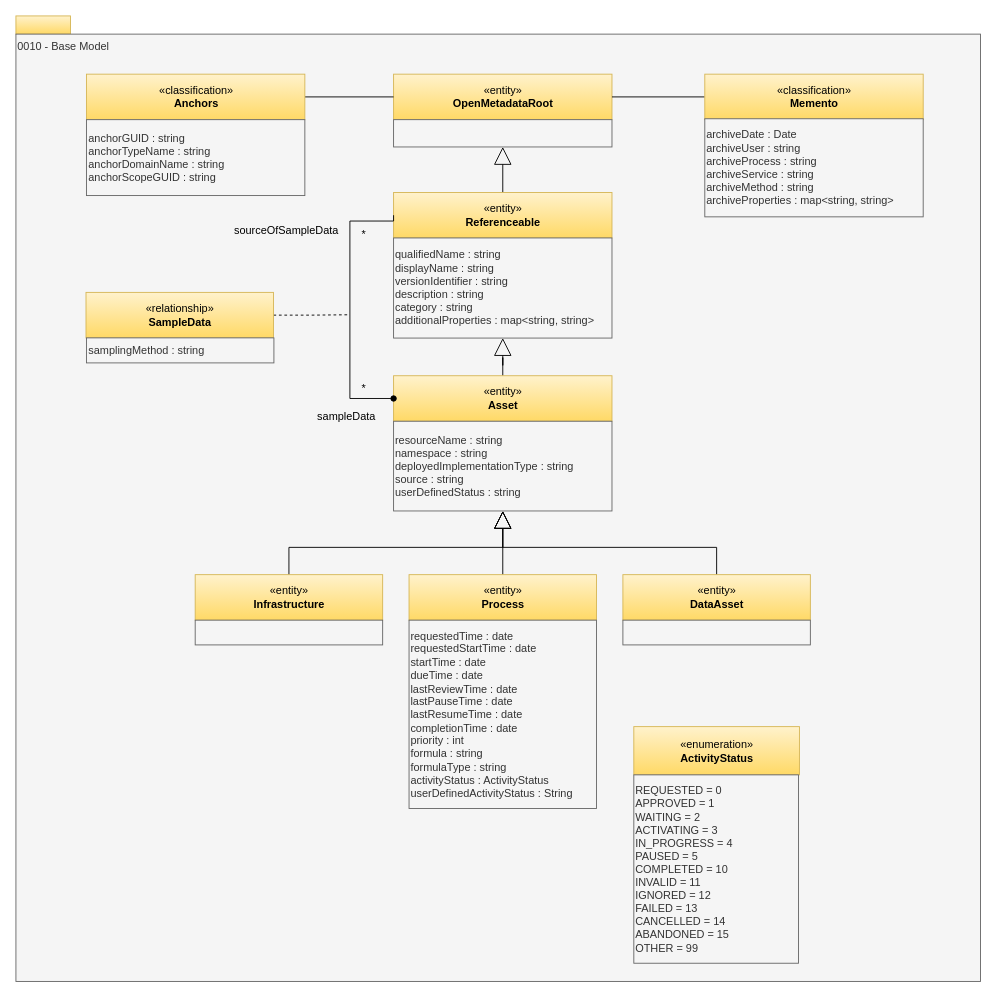
Before: page "0010-Base-Model" (3 of 32) of site/docs/types/0/area-0-basic-types-and-infrastructure.drawio in odpi/egeria-docs, a draw.io diagram. Source tidied: cells renumbered, new cells numbered last; positions are measured from the earlier drawing's top-left corner, leaving out a move shared by most shapes. Both pictures are drawn from the tidied source at 91%, with x=0, y=0 at pixel (15, 15).
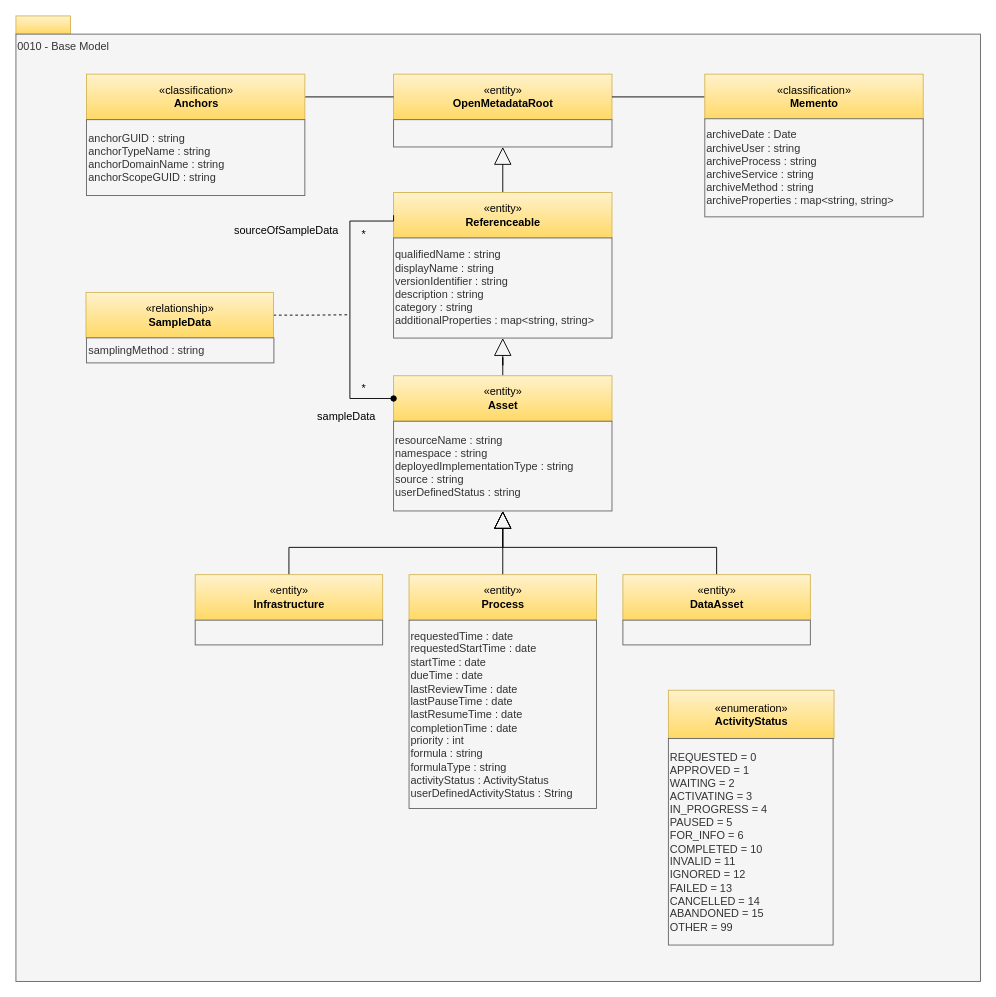
After the change.

The edit, as a diff of the source:
```diff
@@
     <mxCell id="35" value="«enumeration»&lt;br&gt;&lt;b&gt;ActivityStatus&lt;/b&gt;" style="html=1;strokeColor=#d6b656;align=center;fillColor=#fff2cc;gradientColor=#ffd966;" parent="1" vertex="1">
-      <mxGeometry x="679" y="781" width="182" height="53" as="geometry" />
+      <mxGeometry x="717" y="741" width="182" height="53" as="geometry" />
     </mxCell>
-    <mxCell id="36" value="REQUESTED = 0&lt;br&gt;APPROVED = 1&lt;br&gt;WAITING = 2&lt;br&gt;ACTIVATING = 3&lt;br&gt;IN_PROGRESS = 4&lt;div&gt;PAUSED = 5&lt;br&gt;COMPLETED = 10&lt;br&gt;INVALID = 11&lt;br&gt;IGNORED = 12&lt;br&gt;FAILED = 13&lt;br&gt;CANCELLED = 14&lt;div&gt;ABANDONED = 15&lt;br&gt;OTHER = 99&lt;/div&gt;&lt;/div&gt;" style="rounded=0;whiteSpace=wrap;html=1;strokeColor=#666666;align=left;fillColor=#f5f5f5;fontColor=#333333;" parent="1" vertex="1">
-      <mxGeometry x="679" y="834" width="181" height="207" as="geometry" />
+    <mxCell id="36" value="REQUESTED = 0&lt;br&gt;APPROVED = 1&lt;br&gt;WAITING = 2&lt;br&gt;ACTIVATING = 3&lt;br&gt;IN_PROGRESS = 4&lt;div&gt;PAUSED = 5&lt;/div&gt;&lt;div&gt;FOR_INFO = 6&lt;br&gt;COMPLETED = 10&lt;br&gt;INVALID = 11&lt;br&gt;IGNORED = 12&lt;br&gt;FAILED = 13&lt;br&gt;CANCELLED = 14&lt;div&gt;ABANDONED = 15&lt;br&gt;OTHER = 99&lt;/div&gt;&lt;/div&gt;" style="rounded=0;whiteSpace=wrap;html=1;strokeColor=#666666;align=left;fillColor=#f5f5f5;fontColor=#333333;" parent="1" vertex="1">
+      <mxGeometry x="717" y="794" width="181" height="227" as="geometry" />
     </mxCell>
```
